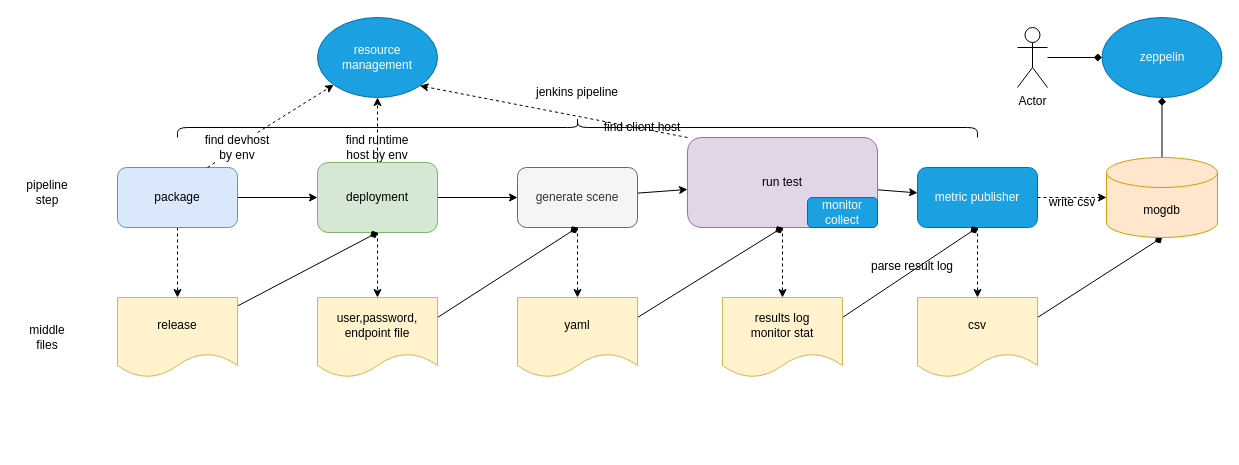
clemenza/czha-ip-router keeps this draw.io diagram as perftestframework.drawio. Above is the earlier version. Source tidied: cells renumbered, new cells numbered last; positions are measured from the earlier drawing's top-left corner, leaving out a move shared by most shapes. Both pictures are drawn from the tidied source at 100%, with x=0, y=0 at pixel (17, -273).
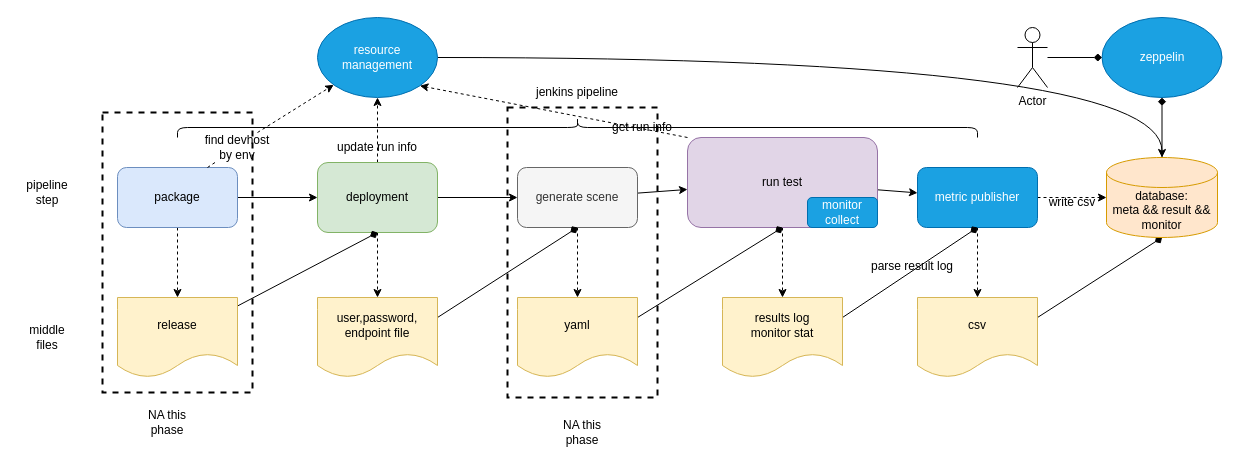
Above is the later version.

Unchanged cells that the change refers to:
```xml
<mxCell id="39" value="resource management" style="ellipse;whiteSpace=wrap;html=1;fillColor=#1ba1e2;fontColor=#ffffff;strokeColor=#006EAF;" parent="1" vertex="1">
  <mxGeometry x="300" y="290" width="120" height="80" as="geometry" />
</mxCell>
```

Change to the diagram source:
```diff
@@
+    <mxCell id="47" style="rounded=0;whiteSpace=wrap;html=1;dashed=1;strokeWidth=2;shadow=0;gradientColor=none;" parent="1" vertex="1">
+      <mxGeometry x="85" y="385" width="150" height="280" as="geometry" />
+    </mxCell>
+    <mxCell id="48" style="rounded=0;whiteSpace=wrap;html=1;dashed=1;strokeWidth=2;" parent="1" vertex="1">
+      <mxGeometry x="490" y="380" width="150" height="290" as="geometry" />
+    </mxCell>
@@
-    <mxCell id="31" value="mogdb" style="shape=cylinder3;whiteSpace=wrap;html=1;boundedLbl=1;backgroundOutline=1;size=15;fillColor=#ffe6cc;strokeColor=#d79b00;" parent="1" vertex="1">
+    <mxCell id="31" value="database:&lt;br&gt;meta &amp;amp;&amp;amp; result &amp;amp;&amp;amp; monitor" style="shape=cylinder3;whiteSpace=wrap;html=1;boundedLbl=1;backgroundOutline=1;size=15;fillColor=#ffe6cc;strokeColor=#d79b00;" parent="1" vertex="1">
       <mxGeometry x="1089" y="430" width="111" height="80" as="geometry" />
     </mxCell>
@@
+    <mxCell id="49" style="rounded=0;jettySize=auto;html=1;edgeStyle=orthogonalEdgeStyle;curved=1;" parent="1" edge="1" source="39" target="31">
+      <mxGeometry relative="1" as="geometry" />
+    </mxCell>
@@
-    <mxCell id="40" value="find runtime host by env" style="text;html=1;strokeColor=none;fillColor=none;align=center;verticalAlign=middle;whiteSpace=wrap;rounded=0;" parent="1" vertex="1">
+    <mxCell id="40" value="update run info" style="text;html=1;strokeColor=none;fillColor=none;align=center;verticalAlign=middle;whiteSpace=wrap;rounded=0;" parent="1" vertex="1">
       <mxGeometry x="315" y="405" width="90" height="30" as="geometry" />
     </mxCell>
@@
-    <mxCell id="43" value="find client host" style="text;html=1;strokeColor=none;fillColor=none;align=center;verticalAlign=middle;whiteSpace=wrap;rounded=0;" parent="1" vertex="1">
+    <mxCell id="43" value="get run info" style="text;html=1;strokeColor=none;fillColor=none;align=center;verticalAlign=middle;whiteSpace=wrap;rounded=0;" parent="1" vertex="1">
       <mxGeometry x="580" y="385" width="90" height="30" as="geometry" />
     </mxCell>
@@
+    <mxCell id="50" value="NA this phase" style="text;html=1;strokeColor=none;fillColor=none;align=center;verticalAlign=middle;whiteSpace=wrap;rounded=0;shadow=0;dashed=1;" parent="1" vertex="1">
+      <mxGeometry x="535" y="690" width="60" height="30" as="geometry" />
+    </mxCell>
+    <mxCell id="51" value="NA this phase" style="text;html=1;strokeColor=none;fillColor=none;align=center;verticalAlign=middle;whiteSpace=wrap;rounded=0;shadow=0;dashed=1;" parent="1" vertex="1">
+      <mxGeometry x="120" y="680" width="60" height="30" as="geometry" />
+    </mxCell>
```
